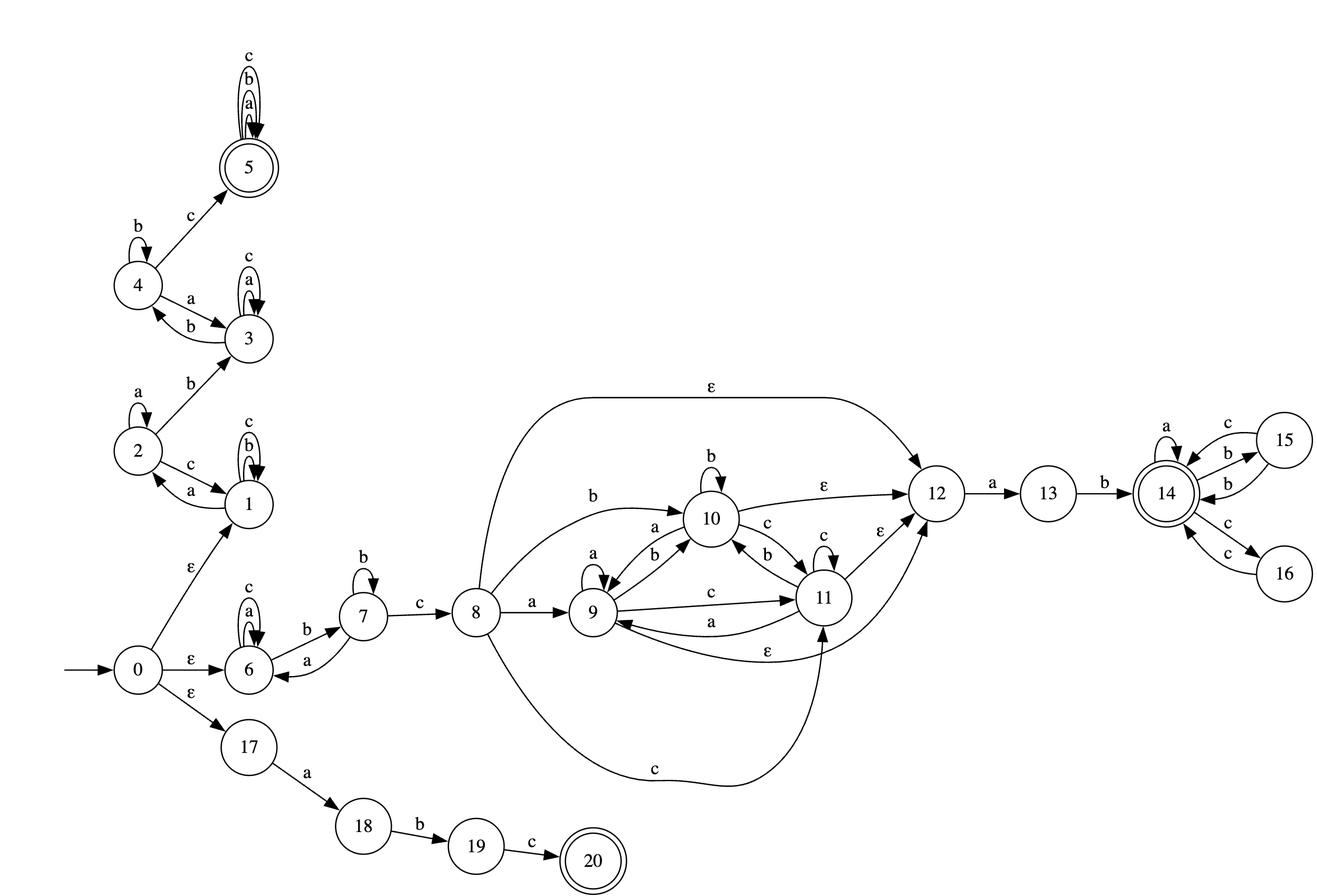
This is lab2/img/nfa.png from Prrromanssss/formal-languages-labs, a Graphviz export, as it was before one commit. Its source is kept beside it as lab2/dot/nfa.dot.
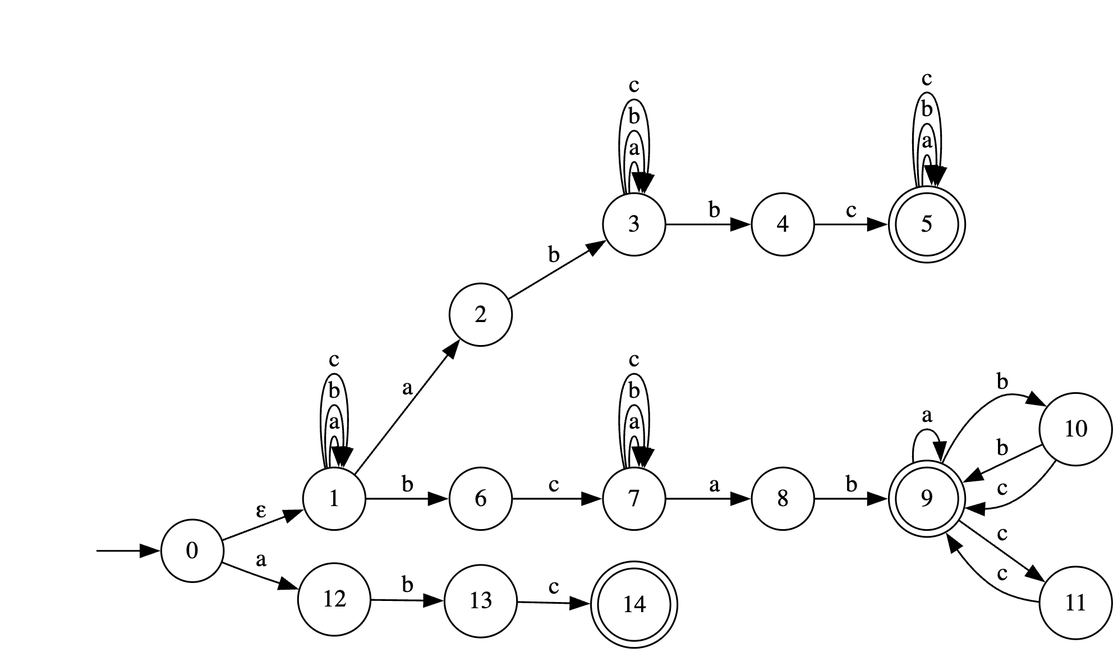
After the commit.

Change to the diagram source:
```diff
@@ -1,78 +1,52 @@
 digraph NFA {
     rankdir=LR;
 
-    node [shape = doublecircle]; 5 14 20;
+    node [shape = doublecircle]; 5 9 14;
     node [shape = circle];
 
     "" [shape=none,label=""];
     "" -> 0;
 
-    0 -> 1  [label="ε"];   // (a*b*c*)*ab(a*b*c*)*bc(a|b|c)*
-    0 -> 6  [label="ε"];   // (a|b|c)*bc(a*b*c*)*ab(a|bc|cc|bb)*
-    0 -> 17 [label="ε"];   // abc
+    0 -> 1  [label="ε"];
+    0 -> 12 [label="a"];
 
+    12 -> 13 [label="b"];
+    13 -> 14 [label="c"];
 
-    1 -> 2 [label="a"];
+    1 -> 1 [label="a"];
     1 -> 1 [label="b"];
     1 -> 1 [label="c"];
 
+    1 -> 2 [label="a"];
     2 -> 3 [label="b"];
-    2 -> 2 [label="a"];
-    2 -> 1 [label="c"];
+
+    3 -> 3 [label="a"];
+    3 -> 3 [label="b"];
+    3 -> 3 [label="c"];
 
     3 -> 4 [label="b"];
-    3 -> 3 [label="a"];
-    3 -> 3 [label="c"];
-
     4 -> 5 [label="c"];
-    4 -> 4 [label="b"];
-    4 -> 3 [label="a"];
 
     5 -> 5 [label="a"];
     5 -> 5 [label="b"];
     5 -> 5 [label="c"];
 
-    6 -> 7 [label="b"];
-    6 -> 6 [label="a"];
-    6 -> 6 [label="c"];
+    1 -> 6 [label="b"];
+    6 -> 7 [label="c"];
 
-    7 -> 8 [label="c"];
+    7 -> 7 [label="a"];
     7 -> 7 [label="b"];
-    7 -> 6 [label="a"];
+    7 -> 7 [label="c"];
 
-    8  -> 9  [label="a"];
-    8  -> 10 [label="b"];
-    8  -> 11 [label="c"];
-    8  -> 12 [label="ε"];
+    7 -> 8 [label="a"];
+    8 -> 9 [label="b"];
 
-    9  -> 9  [label="a"];
+    9 -> 9  [label="a"];
+
     9  -> 10 [label="b"];
+    10 -> 9  [label="b"];
+    10 -> 9  [label="c"];
+
     9  -> 11 [label="c"];
-    9  -> 12 [label="ε"];
-
-    10 -> 9  [label="a"];
-    10 -> 10 [label="b"];
-    10 -> 11 [label="c"];
-    10 -> 12 [label="ε"];
-
-    11 -> 9  [label="a"];
-    11 -> 10 [label="b"];
-    11 -> 11 [label="c"];
-    11 -> 12 [label="ε"];
-
-    12 -> 13 [label="a"];
-    13 -> 14 [label="b"];
-
-    14 -> 14 [label="a"];
-    14 -> 15 [label="b"];
-    14 -> 16 [label="c"];
-
-    15 -> 14 [label="b"];
-    15 -> 14 [label="c"];
-
-    16 -> 14 [label="c"];
-
-    17 -> 18 [label="a"];
-    18 -> 19 [label="b"];
-    19 -> 20 [label="c"];
+    11 -> 9  [label="c"];
 }
```
